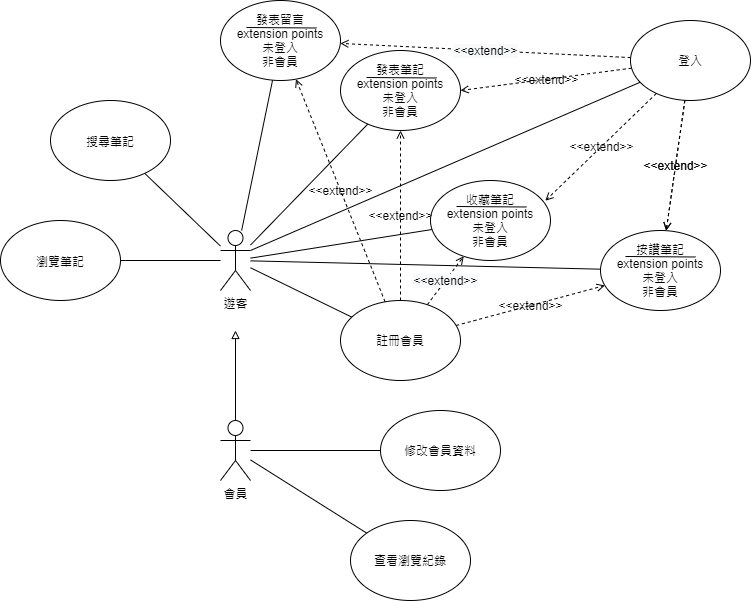
Above: src/main/uml/Use-Case Diagram.png in 10746010/Plearnet-back-end (draw.io), before the change. Source tidied: cells renumbered, new cells last; positions are measured from the earlier drawing's top-left corner, leaving out a move shared by most shapes.
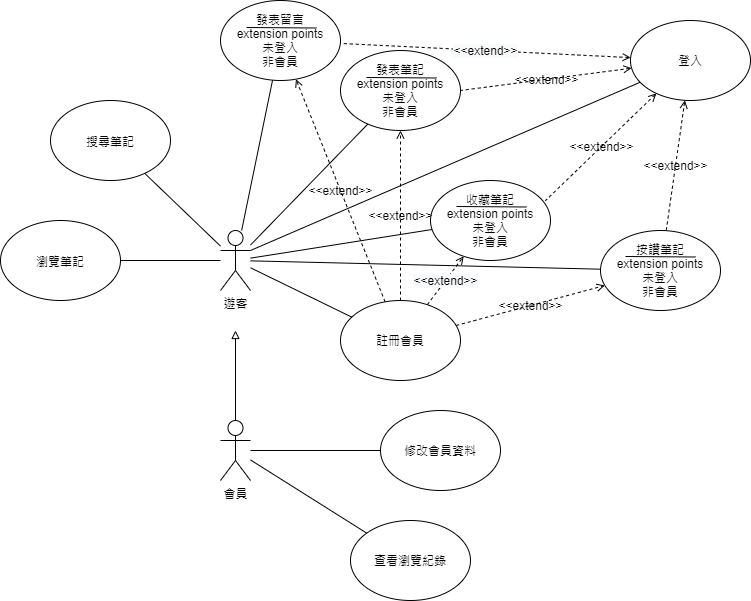
The same diagram one commit later.

Commit message:
update Use-Case Diagram

Diff of the diagram source:
```diff
@@ -2,6 +2,9 @@
   <root>
     <mxCell id="0" />
     <mxCell id="1" parent="0" />
+    <mxCell id="15" value="&#10;&#10;&lt;span style=&quot;color: rgb(0, 0, 0); font-family: helvetica; font-size: 12px; font-style: normal; font-weight: 400; letter-spacing: normal; text-align: center; text-indent: 0px; text-transform: none; word-spacing: 0px; display: inline; float: none;&quot;&gt;&amp;lt;&amp;lt;extend&amp;gt;&amp;gt;&lt;/span&gt;&#10;&#10;" style="edgeStyle=none;rounded=0;jettySize=auto;html=1;dashed=1;startArrow=open;startFill=0;endArrow=none;endFill=0;labelBackgroundColor=none;" parent="1" edge="1" source="34" target="20">
+      <mxGeometry relative="1" as="geometry" />
+    </mxCell>
     <mxCell id="2" style="rounded=0;jettySize=auto;html=1;endArrow=none;endFill=0;" parent="1" edge="1" source="3" target="4">
       <mxGeometry relative="1" as="geometry" />
     </mxCell>
@@ -40,15 +43,12 @@
     <mxCell id="12" style="edgeStyle=none;rounded=0;jettySize=auto;html=1;endArrow=none;endFill=0;entryX=1;entryY=0.3333333333333333;entryDx=0;entryDy=0;entryPerimeter=0;labelBackgroundColor=none;" parent="1" edge="1" source="34" target="3">
       <mxGeometry relative="1" as="geometry" />
     </mxCell>
-    <mxCell id="13" value="&#10;&#10;&lt;span style=&quot;color: rgb(0, 0, 0); font-family: helvetica; font-size: 12px; font-style: normal; font-weight: 400; letter-spacing: normal; text-align: center; text-indent: 0px; text-transform: none; word-spacing: 0px; display: inline; float: none;&quot;&gt;&amp;lt;&amp;lt;extend&amp;gt;&amp;gt;&lt;/span&gt;&#10;&#10;" style="edgeStyle=none;rounded=0;jettySize=auto;html=1;entryX=1;entryY=0.5;entryDx=0;entryDy=0;endArrow=open;endFill=0;dashed=1;labelBackgroundColor=none;" parent="1" edge="1" source="34" target="10">
+    <mxCell id="13" value="&#10;&#10;&lt;span style=&quot;color: rgb(0, 0, 0); font-family: helvetica; font-size: 12px; font-style: normal; font-weight: 400; letter-spacing: normal; text-align: center; text-indent: 0px; text-transform: none; word-spacing: 0px; display: inline; float: none;&quot;&gt;&amp;lt;&amp;lt;extend&amp;gt;&amp;gt;&lt;/span&gt;&#10;&#10;" style="edgeStyle=none;rounded=0;jettySize=auto;html=1;entryX=1;entryY=0.5;entryDx=0;entryDy=0;endArrow=none;endFill=0;dashed=1;labelBackgroundColor=none;startArrow=open;startFill=0;" parent="1" edge="1" source="34" target="10">
       <mxGeometry relative="1" as="geometry" />
     </mxCell>
-    <mxCell id="14" value="&#10;&#10;&lt;span style=&quot;color: rgb(0, 0, 0); font-family: helvetica; font-size: 12px; font-style: normal; font-weight: 400; letter-spacing: normal; text-align: center; text-indent: 0px; text-transform: none; word-spacing: 0px; display: inline; float: none;&quot;&gt;&amp;lt;&amp;lt;extend&amp;gt;&amp;gt;&lt;/span&gt;&#10;&#10;" style="edgeStyle=none;rounded=0;jettySize=auto;html=1;entryX=0.957;entryY=0.253;entryDx=0;entryDy=0;entryPerimeter=0;startArrow=none;startFill=0;endArrow=open;endFill=0;dashed=1;labelBackgroundColor=none;labelBorderColor=none;" parent="1" edge="1" source="34" target="17">
+    <mxCell id="14" value="&#10;&#10;&lt;span style=&quot;color: rgb(0, 0, 0); font-family: helvetica; font-size: 12px; font-style: normal; font-weight: 400; letter-spacing: normal; text-align: center; text-indent: 0px; text-transform: none; word-spacing: 0px; display: inline; float: none;&quot;&gt;&amp;lt;&amp;lt;extend&amp;gt;&amp;gt;&lt;/span&gt;&#10;&#10;" style="edgeStyle=none;rounded=0;jettySize=auto;html=1;entryX=0.957;entryY=0.253;entryDx=0;entryDy=0;entryPerimeter=0;startArrow=open;startFill=0;endArrow=none;endFill=0;dashed=1;labelBackgroundColor=none;labelBorderColor=none;" parent="1" edge="1" source="34" target="17">
       <mxGeometry relative="1" as="geometry" />
     </mxCell>
-    <mxCell id="15" value="&#10;&#10;&lt;span style=&quot;color: rgb(0, 0, 0); font-family: helvetica; font-size: 12px; font-style: normal; font-weight: 400; letter-spacing: normal; text-align: center; text-indent: 0px; text-transform: none; word-spacing: 0px; display: inline; float: none;&quot;&gt;&amp;lt;&amp;lt;extend&amp;gt;&amp;gt;&lt;/span&gt;&#10;&#10;" style="edgeStyle=none;rounded=0;jettySize=auto;html=1;dashed=1;startArrow=none;startFill=0;endArrow=open;endFill=0;labelBackgroundColor=none;" parent="1" edge="1" source="34" target="20">
-      <mxGeometry relative="1" as="geometry" />
-    </mxCell>
     <mxCell id="16" style="edgeStyle=none;rounded=0;jettySize=auto;html=1;startArrow=none;startFill=0;endArrow=none;endFill=0;" parent="1" edge="1" source="17" target="3">
       <mxGeometry relative="1" as="geometry" />
     </mxCell>
@@ -76,9 +76,6 @@
     <mxCell id="22" style="edgeStyle=none;rounded=0;jettySize=auto;html=1;startArrow=none;startFill=0;endArrow=none;endFill=0;" parent="1" edge="1" source="28" target="3">
       <mxGeometry relative="1" as="geometry" />
     </mxCell>
-    <mxCell id="23" value="&#10;&#10;&lt;span style=&quot;color: rgb(0, 0, 0); font-family: helvetica; font-size: 12px; font-style: normal; font-weight: 400; letter-spacing: normal; text-align: center; text-indent: 0px; text-transform: none; word-spacing: 0px; display: inline; float: none;&quot;&gt;&amp;lt;&amp;lt;extend&amp;gt;&amp;gt;&lt;/span&gt;&#10;&#10;" style="edgeStyle=none;rounded=0;jettySize=auto;html=1;startArrow=none;startFill=0;endArrow=open;endFill=0;dashed=1;labelBackgroundColor=none;" parent="1" edge="1" source="34" target="20">
-      <mxGeometry relative="1" as="geometry" />
-    </mxCell>
     <mxCell id="24" value="&#10;&#10;&lt;span style=&quot;color: rgb(0, 0, 0); font-family: helvetica; font-size: 12px; font-style: normal; font-weight: 400; letter-spacing: normal; text-align: center; text-indent: 0px; text-transform: none; word-spacing: 0px; background-color: rgb(248, 249, 250); display: inline; float: none;&quot;&gt;&amp;lt;&amp;lt;extend&amp;gt;&amp;gt;&lt;/span&gt;&#10;&#10;" style="edgeStyle=none;rounded=0;jettySize=auto;html=1;dashed=1;labelBackgroundColor=none;startArrow=none;startFill=0;endArrow=open;endFill=0;" parent="1" edge="1" source="28" target="17">
       <mxGeometry relative="1" as="geometry" />
     </mxCell>
@@ -106,7 +103,7 @@
     <mxCell id="32" value="查看瀏覽紀錄" style="ellipse;whiteSpace=wrap;html=1;" parent="1" vertex="1">
       <mxGeometry x="350" y="520" width="120" height="80" as="geometry" />
     </mxCell>
-    <mxCell id="33" value="&#10;&#10;&lt;span style=&quot;color: rgb(0, 0, 0); font-family: helvetica; font-size: 11px; font-style: normal; font-weight: 400; letter-spacing: normal; text-align: center; text-indent: 0px; text-transform: none; word-spacing: 0px; background-color: rgb(248, 249, 250); display: inline; float: none;&quot;&gt;&amp;lt;&amp;lt;extend&amp;gt;&amp;gt;&lt;/span&gt;&#10;&#10;" style="edgeStyle=none;rounded=0;jettySize=auto;html=1;dashed=1;labelBackgroundColor=none;startArrow=none;startFill=0;endArrow=open;endFill=0;" parent="1" edge="1" source="34" target="36">
+    <mxCell id="33" value="&#10;&#10;&lt;span style=&quot;color: rgb(0, 0, 0); font-family: helvetica; font-size: 11px; font-style: normal; font-weight: 400; letter-spacing: normal; text-align: center; text-indent: 0px; text-transform: none; word-spacing: 0px; background-color: rgb(248, 249, 250); display: inline; float: none;&quot;&gt;&amp;lt;&amp;lt;extend&amp;gt;&amp;gt;&lt;/span&gt;&#10;&#10;" style="edgeStyle=none;rounded=0;jettySize=auto;html=1;dashed=1;labelBackgroundColor=none;startArrow=open;startFill=0;endArrow=none;endFill=0;" parent="1" edge="1" source="34" target="36">
       <mxGeometry relative="1" as="geometry" />
     </mxCell>
     <mxCell id="34" value="登入" style="ellipse;whiteSpace=wrap;html=1;" parent="1" vertex="1">
```
